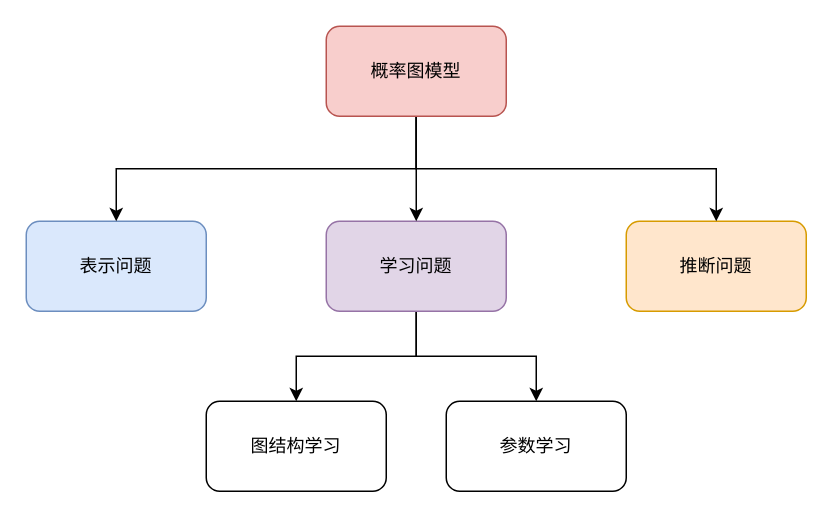
The draw.io diagram pgm.drawio in ZiqingYip/moment, before the edit. Source tidied: cells renumbered, new cells numbered last; positions are measured from the earlier drawing's top-left corner, leaving out a move shared by most shapes. Both pictures are drawn from the tidied source at 150%, with x=0, y=0 at pixel (26, 26).
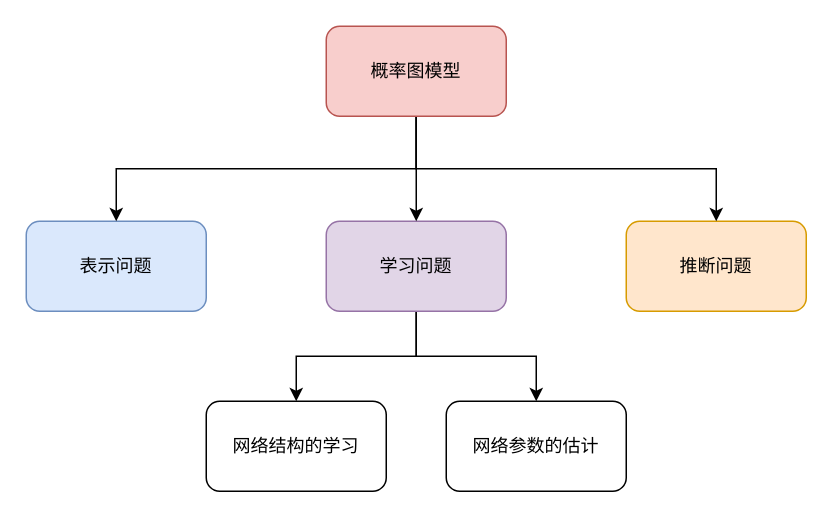
Above is the later version.

Diff of the diagram source:
```diff
@@
 <mxGraphModel>
   <root>
     <mxCell id="0" />
     <mxCell id="1" parent="0" />
     <mxCell id="2" value="表示问题" style="rounded=1;whiteSpace=wrap;html=1;fillColor=#dae8fc;strokeColor=#6c8ebf;" parent="1" vertex="1">
       <mxGeometry y="130" width="120" height="60" as="geometry" />
     </mxCell>
     <mxCell id="3" style="edgeStyle=orthogonalEdgeStyle;rounded=0;jettySize=auto;html=1;exitX=0.5;exitY=1;exitDx=0;exitDy=0;entryX=0.5;entryY=0;entryDx=0;entryDy=0;" parent="1" edge="1" source="5" target="7">
       <mxGeometry relative="1" as="geometry" />
     </mxCell>
     <mxCell id="4" style="edgeStyle=orthogonalEdgeStyle;rounded=0;jettySize=auto;html=1;exitX=0.5;exitY=1;exitDx=0;exitDy=0;entryX=0.5;entryY=0;entryDx=0;entryDy=0;" parent="1" edge="1" source="5" target="8">
       <mxGeometry relative="1" as="geometry" />
     </mxCell>
     <mxCell id="5" value="学习问题" style="rounded=1;whiteSpace=wrap;html=1;fillColor=#e1d5e7;strokeColor=#9673a6;" parent="1" vertex="1">
       <mxGeometry x="200" y="130" width="120" height="60" as="geometry" />
     </mxCell>
     <mxCell id="6" value="推断问题" style="rounded=1;whiteSpace=wrap;html=1;fillColor=#ffe6cc;strokeColor=#d79b00;" parent="1" vertex="1">
       <mxGeometry x="400" y="130" width="120" height="60" as="geometry" />
     </mxCell>
-    <mxCell id="7" value="图结构学习" style="rounded=1;whiteSpace=wrap;html=1;" parent="1" vertex="1">
+    <mxCell id="7" value="网络结构的学习" style="rounded=1;whiteSpace=wrap;html=1;" parent="1" vertex="1">
       <mxGeometry x="120" y="250" width="120" height="60" as="geometry" />
     </mxCell>
-    <mxCell id="8" value="参数学习" style="rounded=1;whiteSpace=wrap;html=1;" parent="1" vertex="1">
+    <mxCell id="8" value="网络参数的估计" style="rounded=1;whiteSpace=wrap;html=1;" parent="1" vertex="1">
       <mxGeometry x="280" y="250" width="120" height="60" as="geometry" />
     </mxCell>
     <mxCell id="9" style="edgeStyle=orthogonalEdgeStyle;rounded=0;jettySize=auto;html=1;exitX=0.5;exitY=1;exitDx=0;exitDy=0;entryX=0.5;entryY=0;entryDx=0;entryDy=0;" parent="1" edge="1" source="12" target="2">
       <mxGeometry relative="1" as="geometry" />
     </mxCell>
     <mxCell id="10" style="edgeStyle=orthogonalEdgeStyle;rounded=0;jettySize=auto;html=1;exitX=0.5;exitY=1;exitDx=0;exitDy=0;entryX=0.5;entryY=0;entryDx=0;entryDy=0;" parent="1" edge="1" source="12" target="5">
       <mxGeometry relative="1" as="geometry" />
     </mxCell>
     <mxCell id="11" style="edgeStyle=orthogonalEdgeStyle;rounded=0;jettySize=auto;html=1;exitX=0.5;exitY=1;exitDx=0;exitDy=0;entryX=0.5;entryY=0;entryDx=0;entryDy=0;" parent="1" edge="1" source="12" target="6">
       <mxGeometry relative="1" as="geometry" />
     </mxCell>
     <mxCell id="12" value="概率图模型" style="rounded=1;whiteSpace=wrap;html=1;fillColor=#f8cecc;strokeColor=#b85450;" parent="1" vertex="1">
       <mxGeometry x="200" width="120" height="60" as="geometry" />
     </mxCell>
   </root>
 </mxGraphModel>
```
